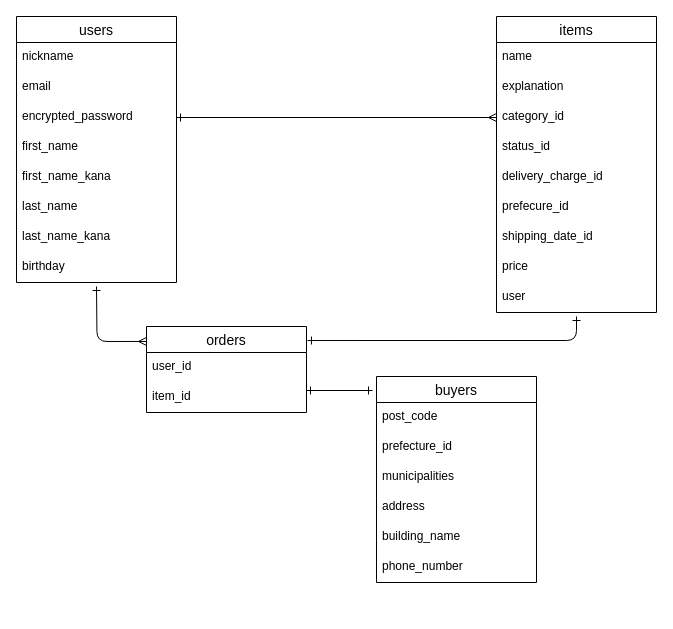
The draw.io diagram er.dio in hm19890304/furima-37771, before the edit. Source tidied: cells renumbered, new cells numbered last; positions are measured from the earlier drawing's top-left corner, leaving out a move shared by most shapes. Both pictures are drawn from the tidied source at 100%, with x=0, y=0 at pixel (16, 16).
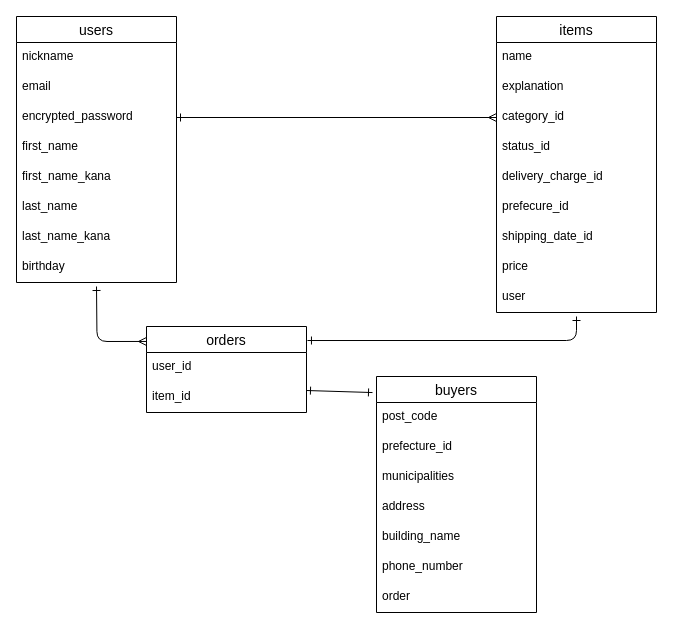
Above is the later version.

Commit message (it also covers changes not shown here):
buyersテーブルにorderカラム追加

What changed in the source:
```diff
@@
     <mxCell id="27" value="buyers" style="swimlane;fontStyle=0;horizontal=1;startSize=26;align=center;fontSize=14;" parent="1" vertex="1">
-      <mxGeometry x="360" y="360" width="160" height="206" as="geometry" />
+      <mxGeometry x="360" y="360" width="160" height="236" as="geometry" />
     </mxCell>
@@
+    <mxCell id="35" value="order" style="text;strokeColor=none;fillColor=none;spacingLeft=4;spacingRight=4;overflow=hidden;fontSize=12;" parent="27" vertex="1">
+      <mxGeometry y="206" width="160" height="30" as="geometry" />
+    </mxCell>
```
